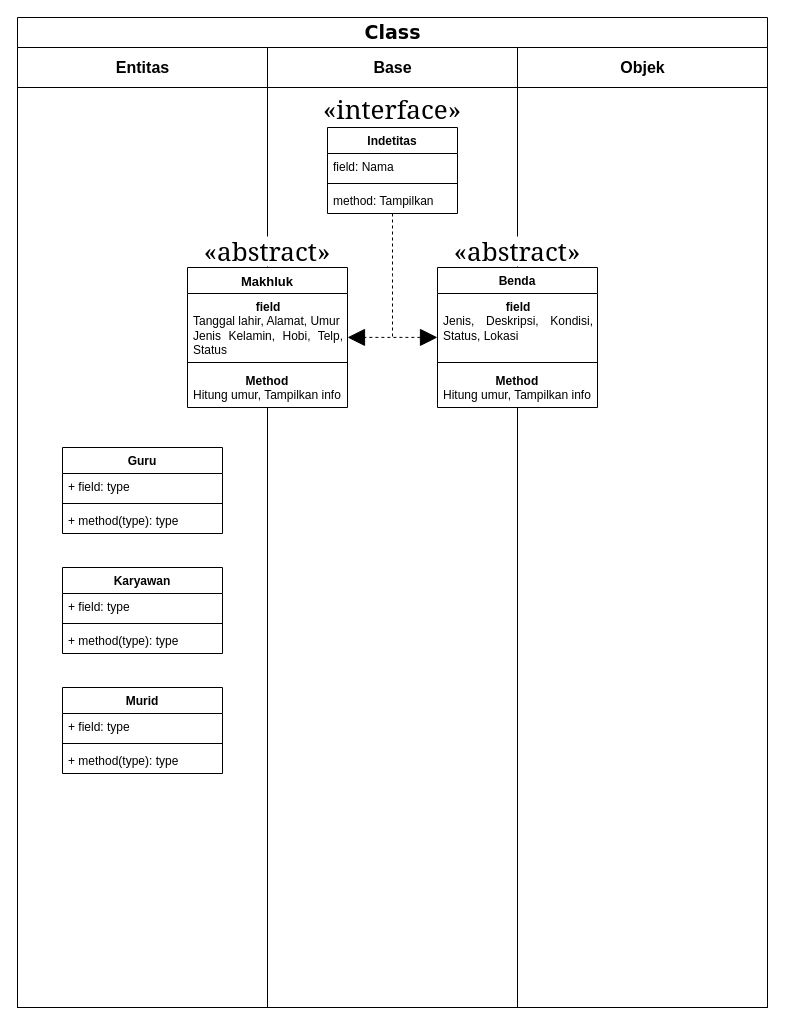
The draw.io diagram Program UAS/Relasi Class.drawio in Hidayadie/Program-si-sharp, before the edit. Source tidied: cells renumbered, new cells numbered last; positions are measured from the earlier drawing's top-left corner, leaving out a move shared by most shapes. Both pictures are drawn from the tidied source at 100%, with x=0, y=0 at pixel (17, 17).
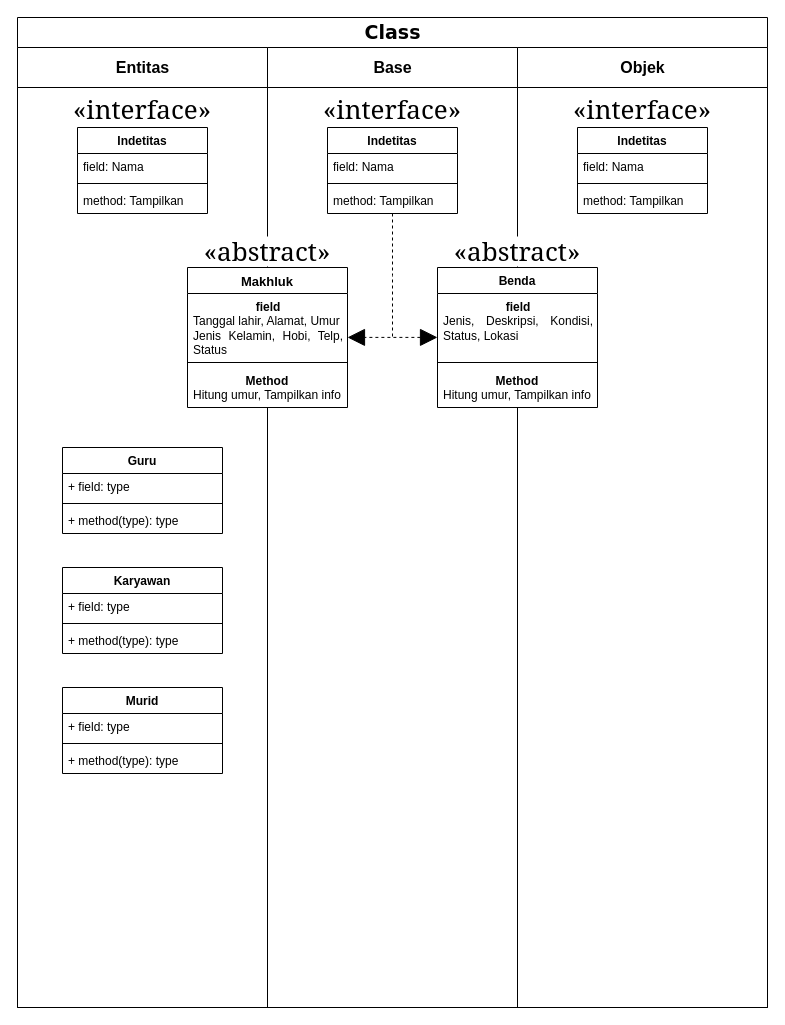
The same diagram, later.

Unchanged cells that the change refers to:
```xml
<mxCell id="3" value="&lt;font style=&quot;font-size: 16px;&quot;&gt;Entitas&lt;/font&gt;" style="swimlane;html=1;startSize=40;" parent="2" vertex="1">
  <mxGeometry y="30" width="250" height="960" as="geometry" />
</mxCell>
<mxCell id="24" value="&lt;font style=&quot;font-size: 16px;&quot;&gt;Objek&lt;/font&gt;" style="swimlane;html=1;startSize=40;" parent="2" vertex="1">
  <mxGeometry x="500" y="30" width="250" height="960" as="geometry" />
</mxCell>
```

The edit, as a diff of the source:
```diff
@@
+    <mxCell id="35" value="«interface»" style="text;whiteSpace=wrap;html=1;fontFamily=Georgia;fontSize=26;align=center;" parent="3" vertex="1">
+      <mxGeometry x="35" y="40" width="180" height="50" as="geometry" />
+    </mxCell>
+    <mxCell id="36" value="&lt;b&gt;Indetitas&lt;/b&gt;" style="swimlane;fontStyle=1;align=center;verticalAlign=top;horizontal=1;startSize=26;whiteSpace=wrap;html=1;" parent="3" vertex="1">
+      <mxGeometry x="60" y="80" width="130" height="86" as="geometry" />
+    </mxCell>
+    <mxCell id="37" value="field: Nama " style="text;strokeColor=none;fillColor=none;align=left;verticalAlign=top;spacingLeft=4;spacingRight=4;overflow=hidden;whiteSpace=wrap;html=1;" parent="36" vertex="1">
+      <mxGeometry y="26" width="130" height="26" as="geometry" />
+    </mxCell>
+    <mxCell id="38" style="line;strokeWidth=1;fillColor=none;align=left;verticalAlign=middle;spacingTop=-1;spacingLeft=3;spacingRight=3;labelPosition=right;strokeColor=inherit;" parent="36" vertex="1">
+      <mxGeometry y="52" width="130" height="8" as="geometry" />
+    </mxCell>
+    <mxCell id="39" value="method: Tampilkan" style="text;strokeColor=none;fillColor=none;align=left;verticalAlign=top;spacingLeft=4;spacingRight=4;overflow=hidden;whiteSpace=wrap;html=1;" parent="36" vertex="1">
+      <mxGeometry y="60" width="130" height="26" as="geometry" />
+    </mxCell>
@@
+    <mxCell id="40" value="«interface»" style="text;whiteSpace=wrap;html=1;fontFamily=Georgia;fontSize=26;align=center;" parent="24" vertex="1">
+      <mxGeometry x="35" y="40" width="180" height="50" as="geometry" />
+    </mxCell>
+    <mxCell id="41" value="&lt;b&gt;Indetitas&lt;/b&gt;" style="swimlane;fontStyle=1;align=center;verticalAlign=top;horizontal=1;startSize=26;whiteSpace=wrap;html=1;" parent="24" vertex="1">
+      <mxGeometry x="60" y="80" width="130" height="86" as="geometry" />
+    </mxCell>
+    <mxCell id="42" value="field: Nama " style="text;strokeColor=none;fillColor=none;align=left;verticalAlign=top;spacingLeft=4;spacingRight=4;overflow=hidden;whiteSpace=wrap;html=1;" parent="41" vertex="1">
+      <mxGeometry y="26" width="130" height="26" as="geometry" />
+    </mxCell>
+    <mxCell id="43" style="line;strokeWidth=1;fillColor=none;align=left;verticalAlign=middle;spacingTop=-1;spacingLeft=3;spacingRight=3;labelPosition=right;strokeColor=inherit;" parent="41" vertex="1">
+      <mxGeometry y="52" width="130" height="8" as="geometry" />
+    </mxCell>
+    <mxCell id="44" value="method: Tampilkan" style="text;strokeColor=none;fillColor=none;align=left;verticalAlign=top;spacingLeft=4;spacingRight=4;overflow=hidden;whiteSpace=wrap;html=1;" parent="41" vertex="1">
+      <mxGeometry y="60" width="130" height="26" as="geometry" />
+    </mxCell>
```
